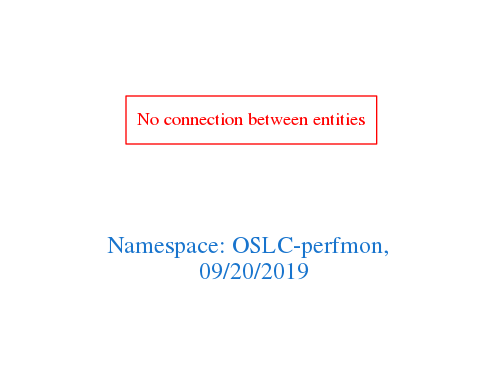
Before: downloads/OSLC-perfmon.png, a diagram exported from Graphviz (arago/OGIT). Its source is kept beside it as downloads/OSLC-perfmon.dot.
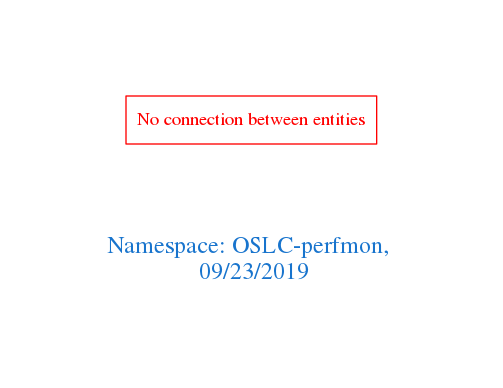
After the commit.

What changed in the source:
```diff
@@ -1,7 +1,7 @@
 digraph OGIT_ontology {
  graph [ rankdir= LR,pad=1
 fontsize = 18,
-fontcolor= dodgerblue3,label = "\n\n\nNamespace: OSLC-perfmon, \n 09/20/2019"];
+fontcolor= dodgerblue3,label = "\n\n\nNamespace: OSLC-perfmon, \n 09/23/2019"];
 node[shape=polygon];
 edge [  color="gray81"];
 
```
